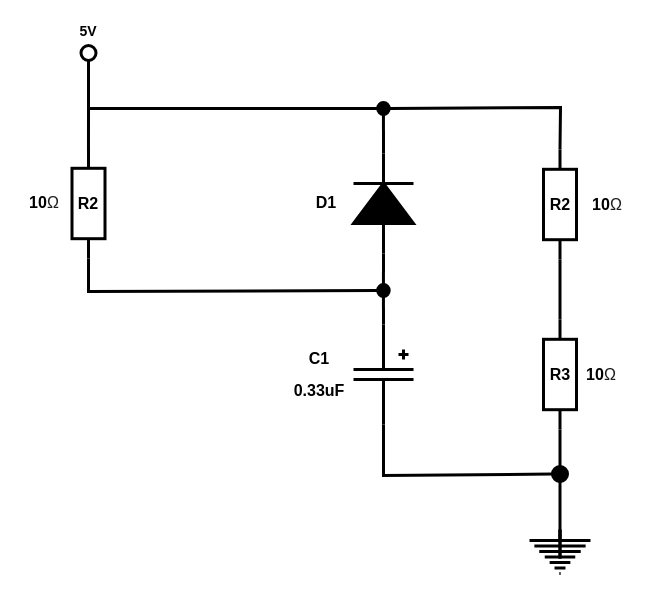
This is diagrams/test_capacitors/test_capacitors.drawio from Doly02/thesis, a draw.io file, before an edit. Source tidied: cells renumbered, new cells numbered last; positions are measured from the earlier drawing's top-left corner, leaving out a move shared by most shapes. Both pictures are drawn from the tidied source at 100%, with x=0, y=0 at pixel (17, 17).
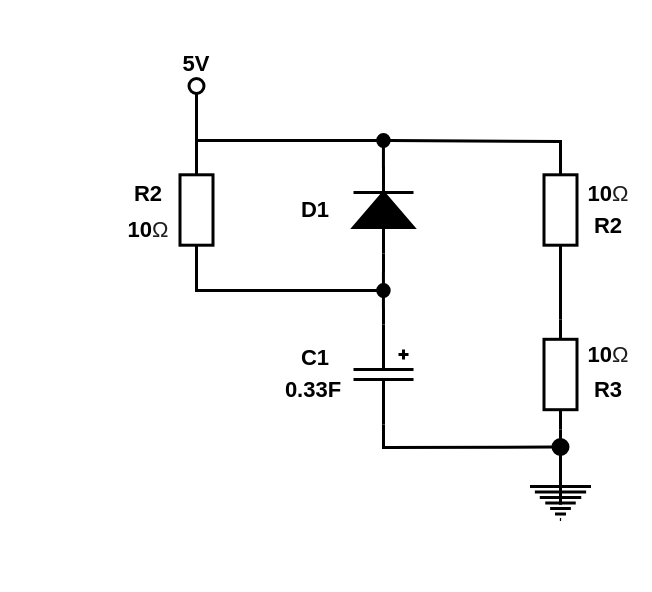
Above is the later version.

Unchanged cells that the change refers to:
```xml
<mxCell id="7" style="verticalLabelPosition=bottom;shadow=0;dashed=0;align=center;html=1;verticalAlign=top;shape=mxgraph.electrical.capacitors.capacitor_5;rotation=90;strokeWidth=3;" parent="1" vertex="1">
  <mxGeometry x="316" y="327" width="100" height="60" as="geometry" />
</mxCell>
<mxCell id="8" style="verticalLabelPosition=bottom;shadow=0;dashed=0;align=center;html=1;verticalAlign=top;strokeWidth=3;shape=ellipse;perimeter=ellipsePerimeter;fillColor=#000000;" parent="1" vertex="1">
  <mxGeometry x="360.2" y="267" width="11.5" height="12" as="geometry" />
</mxCell>
```

Change to the diagram source:
```diff
@@
     <mxCell id="2" style="fillColor=strokeColor;verticalLabelPosition=bottom;shadow=0;dashed=0;align=center;html=1;verticalAlign=top;shape=mxgraph.electrical.diodes.diode;rotation=-90;strokeWidth=3;" parent="1" vertex="1">
-      <mxGeometry x="316" y="156" width="100" height="60" as="geometry" />
+      <mxGeometry x="322.5" y="162.5" width="87" height="60" as="geometry" />
     </mxCell>
-    <mxCell id="3" style="endArrow=none;html=1;rounded=0;exitX=0.02;exitY=0.501;exitDx=0;exitDy=0;exitPerimeter=0;entryX=0;entryY=0.5;entryDx=0;entryDy=0;strokeWidth=3;" parent="1" edge="1" source="32" target="21">
+    <mxCell id="3" style="endArrow=none;html=1;rounded=0;exitX=0;exitY=0.5;exitDx=0;exitDy=0;exitPerimeter=0;entryX=0;entryY=0.5;entryDx=0;entryDy=0;strokeWidth=3;" parent="1" edge="1" source="32" target="21">
       <mxGeometry relative="1" as="geometry">
         <Array as="points">
-          <mxPoint x="71" y="91" />
+          <mxPoint x="179" y="123" />
         </Array>
       </mxGeometry>
     </mxCell>
     <mxCell id="4" style="verticalLabelPosition=bottom;shadow=0;dashed=0;align=center;html=1;verticalAlign=top;strokeWidth=3;shape=ellipse;perimeter=ellipsePerimeter;" parent="1" vertex="1">
-      <mxGeometry x="63.5" y="28" width="15" height="15" as="geometry" />
+      <mxGeometry x="171.5" y="61" width="15" height="15" as="geometry" />
     </mxCell>
     <mxCell id="5" style="endArrow=none;html=1;rounded=0;entryX=0.5;entryY=1;entryDx=0;entryDy=0;strokeWidth=3;" parent="1" edge="1" target="4">
       <mxGeometry relative="1" as="geometry">
-        <mxPoint x="71" y="91" as="sourcePoint" />
+        <mxPoint x="179" y="124" as="sourcePoint" />
       </mxGeometry>
     </mxCell>
-    <mxCell id="6" value="&lt;b&gt;&lt;font style=&quot;font-size: 14px;&quot;&gt;5V&lt;/font&gt;&lt;/b&gt;" style="text;html=1;align=center;verticalAlign=middle;whiteSpace=wrap;rounded=0;strokeWidth=3;" parent="1" vertex="1">
-      <mxGeometry x="44" width="54" height="28" as="geometry" />
+    <mxCell id="6" value="&lt;b&gt;&lt;font style=&quot;font-size: 22px;&quot;&gt;5V&lt;/font&gt;&lt;/b&gt;" style="text;html=1;align=center;verticalAlign=middle;whiteSpace=wrap;rounded=0;strokeWidth=3;" parent="1" vertex="1">
+      <mxGeometry x="152" y="33" width="54" height="28" as="geometry" />
     </mxCell>
@@
     <mxCell id="11" style="endArrow=none;html=1;rounded=0;entryX=0;entryY=0.5;entryDx=0;entryDy=0;exitX=1;exitY=0.5;exitDx=0;exitDy=0;exitPerimeter=0;strokeWidth=3;" parent="1" edge="1" source="32" target="8">
       <mxGeometry relative="1" as="geometry">
         <Array as="points">
-          <mxPoint x="71" y="274" />
+          <mxPoint x="179" y="273" />
         </Array>
       </mxGeometry>
     </mxCell>
     <mxCell id="12" style="verticalLabelPosition=bottom;shadow=0;dashed=0;align=center;html=1;verticalAlign=top;shape=mxgraph.electrical.resistors.resistor_1;rotation=90;strokeWidth=3;" parent="1" vertex="1">
-      <mxGeometry x="487.5" y="170.5" width="110" height="33" as="geometry" />
+      <mxGeometry x="488" y="176" width="110" height="33" as="geometry" />
     </mxCell>
     <mxCell id="13" style="verticalLabelPosition=bottom;shadow=0;dashed=0;align=center;html=1;verticalAlign=top;shape=mxgraph.electrical.resistors.resistor_1;rotation=90;strokeWidth=3;" parent="1" vertex="1">
-      <mxGeometry x="487.5" y="340.5" width="110" height="33" as="geometry" />
+      <mxGeometry x="488" y="340.5" width="110" height="33" as="geometry" />
     </mxCell>
-    <mxCell id="14" style="endArrow=none;html=1;rounded=0;entryX=0;entryY=0.5;entryDx=0;entryDy=0;entryPerimeter=0;exitX=1;exitY=0.5;exitDx=0;exitDy=0;strokeWidth=3;" parent="1" edge="1" source="21" target="12">
-      <mxGeometry relative="1" as="geometry">
-        <Array as="points">
-          <mxPoint x="543" y="90" />
-        </Array>
-      </mxGeometry>
-    </mxCell>
@@
     <mxCell id="16" style="endArrow=none;html=1;rounded=0;entryX=0.5;entryY=1;entryDx=0;entryDy=0;strokeWidth=3;" parent="1" edge="1" target="17">
       <mxGeometry relative="1" as="geometry">
-        <mxPoint x="542.5" y="541" as="sourcePoint" />
+        <mxPoint x="543" y="487" as="sourcePoint" />
       </mxGeometry>
     </mxCell>
     <mxCell id="17" style="verticalLabelPosition=bottom;shadow=0;dashed=0;align=center;html=1;verticalAlign=top;strokeWidth=3;shape=ellipse;perimeter=ellipsePerimeter;fillColor=#000000;" parent="1" vertex="1">
-      <mxGeometry x="535" y="449" width="15" height="15" as="geometry" />
+      <mxGeometry x="535.5" y="422" width="15" height="15" as="geometry" />
     </mxCell>
     <mxCell id="18" style="endArrow=none;html=1;rounded=0;entryX=1;entryY=0.5;entryDx=0;entryDy=0;entryPerimeter=0;exitX=0;exitY=0.5;exitDx=0;exitDy=0;strokeWidth=3;" parent="1" edge="1" source="17" target="7">
       <mxGeometry relative="1" as="geometry">
         <Array as="points">
-          <mxPoint x="366" y="458" />
+          <mxPoint x="366" y="430" />
         </Array>
       </mxGeometry>
     </mxCell>
@@
-    <mxCell id="20" style="endArrow=none;html=1;rounded=0;exitX=1;exitY=0.5;exitDx=0;exitDy=0;exitPerimeter=0;entryX=0.5;entryY=1;entryDx=0;entryDy=0;strokeWidth=3;" parent="1" edge="1" source="2" target="21">
-      <mxGeometry relative="1" as="geometry" />
+    <mxCell id="20" style="endArrow=none;html=1;rounded=0;exitX=1;exitY=0.5;exitDx=0;exitDy=0;exitPerimeter=0;entryX=0.5;entryY=1;entryDx=0;entryDy=0;strokeWidth=3;" parent="1" edge="1" target="21">
+      <mxGeometry relative="1" as="geometry">
+        <mxPoint x="366" y="181" as="sourcePoint" />
+      </mxGeometry>
     </mxCell>
     <mxCell id="21" style="verticalLabelPosition=bottom;shadow=0;dashed=0;align=center;html=1;verticalAlign=top;strokeWidth=3;shape=ellipse;perimeter=ellipsePerimeter;fillColor=#000000;" parent="1" vertex="1">
-      <mxGeometry x="360.2" y="85" width="11.5" height="12" as="geometry" />
+      <mxGeometry x="360.2" y="117" width="11.5" height="12" as="geometry" />
     </mxCell>
-    <mxCell id="22" value="&lt;font style=&quot;font-size: 16px;&quot;&gt;&lt;b style=&quot;&quot;&gt;&lt;font style=&quot;&quot;&gt;10&lt;/font&gt;&lt;/b&gt;&lt;span style=&quot;color: rgb(31, 31, 31); text-align: start; background-color: rgb(255, 255, 255);&quot;&gt;Ω&lt;/span&gt;&lt;/font&gt;" style="text;html=1;align=center;verticalAlign=middle;whiteSpace=wrap;rounded=0;" parent="1" vertex="1">
-      <mxGeometry x="563" y="173" width="54" height="28" as="geometry" />
+    <mxCell id="22" value="&lt;font style=&quot;font-size: 22px;&quot;&gt;&lt;b style=&quot;&quot;&gt;&lt;font style=&quot;&quot;&gt;10&lt;/font&gt;&lt;/b&gt;&lt;span style=&quot;color: rgb(31, 31, 31); text-align: start; background-color: rgb(255, 255, 255);&quot;&gt;Ω&lt;/span&gt;&lt;/font&gt;" style="text;html=1;align=center;verticalAlign=middle;whiteSpace=wrap;rounded=0;" parent="1" vertex="1">
+      <mxGeometry x="563.5" y="162.5" width="54" height="28" as="geometry" />
     </mxCell>
-    <mxCell id="23" value="&lt;font style=&quot;font-size: 16px;&quot;&gt;&lt;b style=&quot;&quot;&gt;&lt;font style=&quot;&quot;&gt;10&lt;/font&gt;&lt;/b&gt;&lt;span style=&quot;color: rgb(31, 31, 31); text-align: start; background-color: rgb(255, 255, 255);&quot;&gt;Ω&lt;/span&gt;&lt;/font&gt;" style="text;html=1;align=center;verticalAlign=middle;whiteSpace=wrap;rounded=0;strokeWidth=2;" parent="1" vertex="1">
-      <mxGeometry x="557" y="343" width="54" height="28" as="geometry" />
+    <mxCell id="23" value="&lt;font style=&quot;font-size: 22px;&quot;&gt;&lt;b style=&quot;&quot;&gt;&lt;font style=&quot;&quot;&gt;10&lt;/font&gt;&lt;/b&gt;&lt;span style=&quot;color: rgb(31, 31, 31); text-align: start; background-color: rgb(255, 255, 255);&quot;&gt;Ω&lt;/span&gt;&lt;/font&gt;" style="text;html=1;align=center;verticalAlign=middle;whiteSpace=wrap;rounded=0;strokeWidth=2;" parent="1" vertex="1">
+      <mxGeometry x="563.5" y="324" width="54" height="28" as="geometry" />
     </mxCell>
-    <mxCell id="24" value="&lt;font style=&quot;font-size: 16px;&quot;&gt;&lt;b style=&quot;&quot;&gt;&lt;font style=&quot;&quot;&gt;10&lt;/font&gt;&lt;/b&gt;&lt;span style=&quot;color: rgb(31, 31, 31); text-align: start; background-color: rgb(255, 255, 255);&quot;&gt;Ω&lt;/span&gt;&lt;/font&gt;" style="text;html=1;align=center;verticalAlign=middle;whiteSpace=wrap;rounded=0;" parent="1" vertex="1">
-      <mxGeometry y="171" width="54" height="28" as="geometry" />
+    <mxCell id="24" value="&lt;font style=&quot;font-size: 22px;&quot;&gt;&lt;b style=&quot;&quot;&gt;&lt;font style=&quot;&quot;&gt;10&lt;/font&gt;&lt;/b&gt;&lt;span style=&quot;color: rgb(31, 31, 31); text-align: start; background-color: rgb(255, 255, 255);&quot;&gt;Ω&lt;/span&gt;&lt;/font&gt;" style="text;html=1;align=center;verticalAlign=middle;whiteSpace=wrap;rounded=0;" parent="1" vertex="1">
+      <mxGeometry x="104" y="199" width="54" height="28" as="geometry" />
     </mxCell>
-    <mxCell id="25" value="&lt;b style=&quot;&quot;&gt;&lt;font style=&quot;font-size: 16px;&quot;&gt;R2&lt;/font&gt;&lt;/b&gt;" style="text;html=1;align=center;verticalAlign=middle;whiteSpace=wrap;rounded=0;strokeWidth=3;" parent="1" vertex="1">
-      <mxGeometry x="515.5" y="173" width="54" height="28" as="geometry" />
+    <mxCell id="25" value="&lt;b style=&quot;&quot;&gt;&lt;font style=&quot;font-size: 22px;&quot;&gt;R2&lt;/font&gt;&lt;/b&gt;" style="text;html=1;align=center;verticalAlign=middle;whiteSpace=wrap;rounded=0;strokeWidth=3;" parent="1" vertex="1">
+      <mxGeometry x="563.5" y="194.5" width="54" height="28" as="geometry" />
     </mxCell>
-    <mxCell id="26" value="&lt;b style=&quot;&quot;&gt;&lt;font style=&quot;font-size: 16px;&quot;&gt;R3&lt;/font&gt;&lt;/b&gt;" style="text;html=1;align=center;verticalAlign=middle;whiteSpace=wrap;rounded=0;strokeWidth=3;" parent="1" vertex="1">
-      <mxGeometry x="515.5" y="343" width="54" height="28" as="geometry" />
+    <mxCell id="26" value="&lt;b style=&quot;&quot;&gt;&lt;font style=&quot;font-size: 22px;&quot;&gt;R3&lt;/font&gt;&lt;/b&gt;" style="text;html=1;align=center;verticalAlign=middle;whiteSpace=wrap;rounded=0;strokeWidth=3;" parent="1" vertex="1">
+      <mxGeometry x="563.5" y="359" width="54" height="28" as="geometry" />
     </mxCell>
-    <mxCell id="27" value="&lt;b style=&quot;&quot;&gt;&lt;font style=&quot;font-size: 16px;&quot;&gt;C1&lt;/font&gt;&lt;/b&gt;" style="text;html=1;align=center;verticalAlign=middle;whiteSpace=wrap;rounded=0;" parent="1" vertex="1">
-      <mxGeometry x="275" y="327" width="54" height="28" as="geometry" />
+    <mxCell id="27" value="&lt;b style=&quot;&quot;&gt;&lt;font style=&quot;font-size: 22px;&quot;&gt;C1&lt;/font&gt;&lt;/b&gt;" style="text;html=1;align=center;verticalAlign=middle;whiteSpace=wrap;rounded=0;" parent="1" vertex="1">
+      <mxGeometry x="271" y="327" width="54" height="28" as="geometry" />
     </mxCell>
-    <mxCell id="28" value="&lt;b style=&quot;&quot;&gt;&lt;font style=&quot;font-size: 16px;&quot;&gt;D1&lt;/font&gt;&lt;/b&gt;" style="text;html=1;align=center;verticalAlign=middle;whiteSpace=wrap;rounded=0;" parent="1" vertex="1">
-      <mxGeometry x="282" y="171" width="54" height="28" as="geometry" />
+    <mxCell id="28" value="&lt;b style=&quot;&quot;&gt;&lt;font style=&quot;font-size: 22px;&quot;&gt;D1&lt;/font&gt;&lt;/b&gt;" style="text;html=1;align=center;verticalAlign=middle;whiteSpace=wrap;rounded=0;" parent="1" vertex="1">
+      <mxGeometry x="271" y="178.5" width="54" height="28" as="geometry" />
     </mxCell>
-    <mxCell id="29" value="&lt;b style=&quot;&quot;&gt;&lt;font style=&quot;font-size: 16px;&quot;&gt;0.33uF&lt;/font&gt;&lt;/b&gt;" style="text;html=1;align=center;verticalAlign=middle;whiteSpace=wrap;rounded=0;" parent="1" vertex="1">
-      <mxGeometry x="275" y="359" width="54" height="28" as="geometry" />
+    <mxCell id="29" value="&lt;b style=&quot;&quot;&gt;&lt;font style=&quot;font-size: 22px;&quot;&gt;0.33F&lt;/font&gt;&lt;/b&gt;" style="text;html=1;align=center;verticalAlign=middle;whiteSpace=wrap;rounded=0;" parent="1" vertex="1">
+      <mxGeometry x="268.5" y="359" width="54" height="28" as="geometry" />
     </mxCell>
     <mxCell id="30" style="verticalLabelPosition=bottom;shadow=0;dashed=0;align=center;html=1;verticalAlign=top;shape=mxgraph.electrical.signal_sources.protective_earth;strokeWidth=3;" parent="1" vertex="1">
-      <mxGeometry x="512" y="512" width="61" height="44" as="geometry" />
+      <mxGeometry x="512.5" y="458" width="61" height="44" as="geometry" />
     </mxCell>
     <mxCell id="31" style="endArrow=none;html=1;rounded=0;exitX=0.5;exitY=0;exitDx=0;exitDy=0;exitPerimeter=0;strokeWidth=3;" parent="1" edge="1" source="30">
       <mxGeometry relative="1" as="geometry">
-        <mxPoint x="542.5" y="541" as="targetPoint" />
+        <mxPoint x="543" y="487" as="targetPoint" />
       </mxGeometry>
     </mxCell>
     <mxCell id="32" style="verticalLabelPosition=bottom;shadow=0;dashed=0;align=center;html=1;verticalAlign=top;shape=mxgraph.electrical.resistors.resistor_1;rotation=90;strokeWidth=3;" parent="1" vertex="1">
-      <mxGeometry x="16" y="169.5" width="110" height="33" as="geometry" />
+      <mxGeometry x="124" y="176" width="110" height="33" as="geometry" />
     </mxCell>
-    <mxCell id="33" value="&lt;b style=&quot;&quot;&gt;&lt;font style=&quot;font-size: 16px;&quot;&gt;R2&lt;/font&gt;&lt;/b&gt;" style="text;html=1;align=center;verticalAlign=middle;whiteSpace=wrap;rounded=0;strokeWidth=3;" parent="1" vertex="1">
-      <mxGeometry x="44" y="172" width="54" height="28" as="geometry" />
+    <mxCell id="33" value="&lt;b style=&quot;&quot;&gt;&lt;font style=&quot;font-size: 22px;&quot;&gt;R2&lt;/font&gt;&lt;/b&gt;" style="text;html=1;align=center;verticalAlign=middle;whiteSpace=wrap;rounded=0;strokeWidth=3;" parent="1" vertex="1">
+      <mxGeometry x="104" y="162.5" width="54" height="28" as="geometry" />
     </mxCell>
+    <mxCell id="14" style="endArrow=none;html=1;rounded=0;exitX=1;exitY=0.5;exitDx=0;exitDy=0;entryX=0.155;entryY=0.499;entryDx=0;entryDy=0;entryPerimeter=0;strokeWidth=3;" parent="1" edge="1" source="21" target="12">
+      <mxGeometry relative="1" as="geometry">
+        <Array as="points">
+          <mxPoint x="543" y="124" />
+        </Array>
+      </mxGeometry>
+    </mxCell>
```
